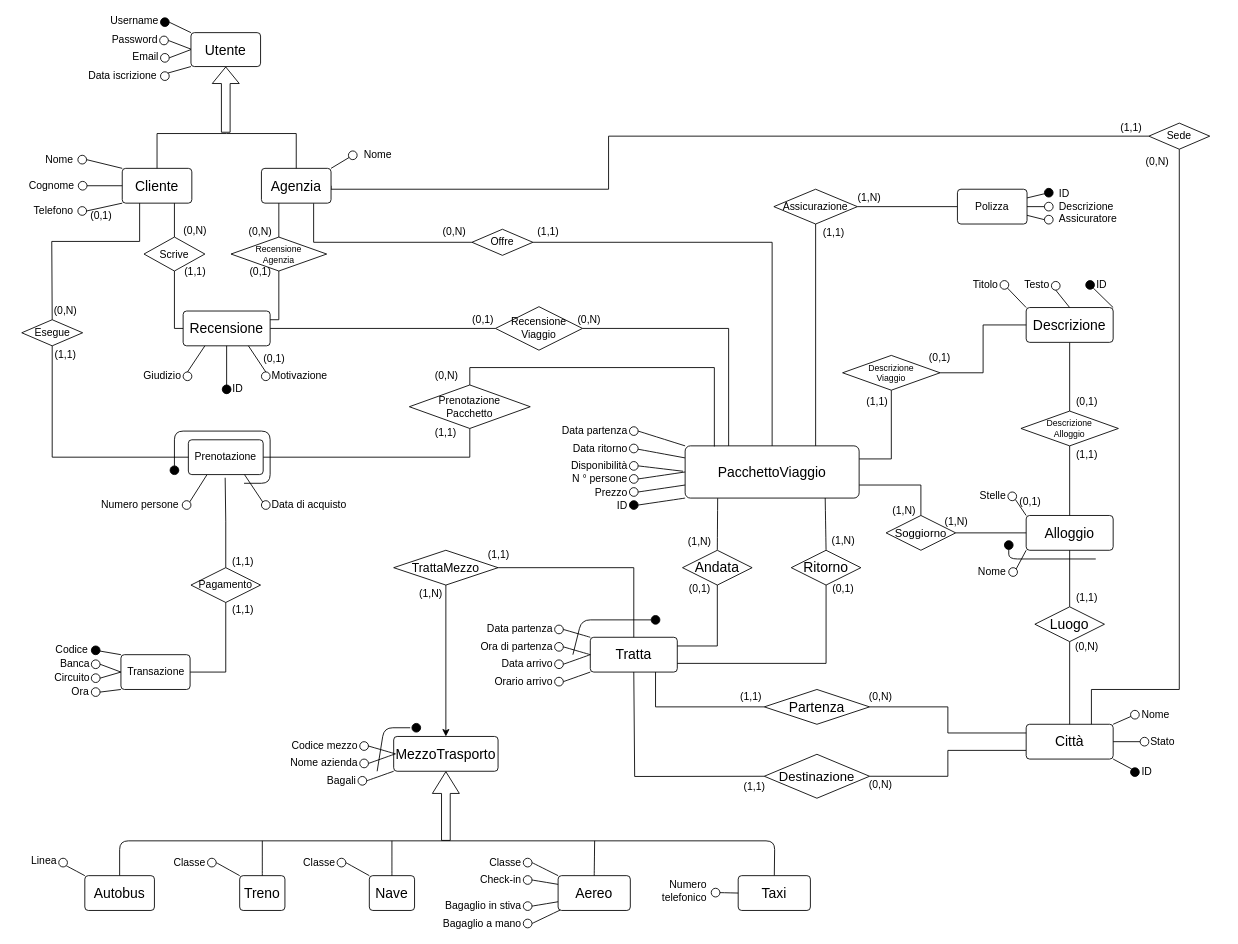
Earlier version of the draw.io diagram ER/ER.drawio (bustre/Easy-travel). Source tidied: cells renumbered, new cells numbered last; positions are measured from the earlier drawing's top-left corner, leaving out a move shared by most shapes. Both pictures are drawn from the tidied source at 87%, with x=0, y=0 at pixel (15, 17).
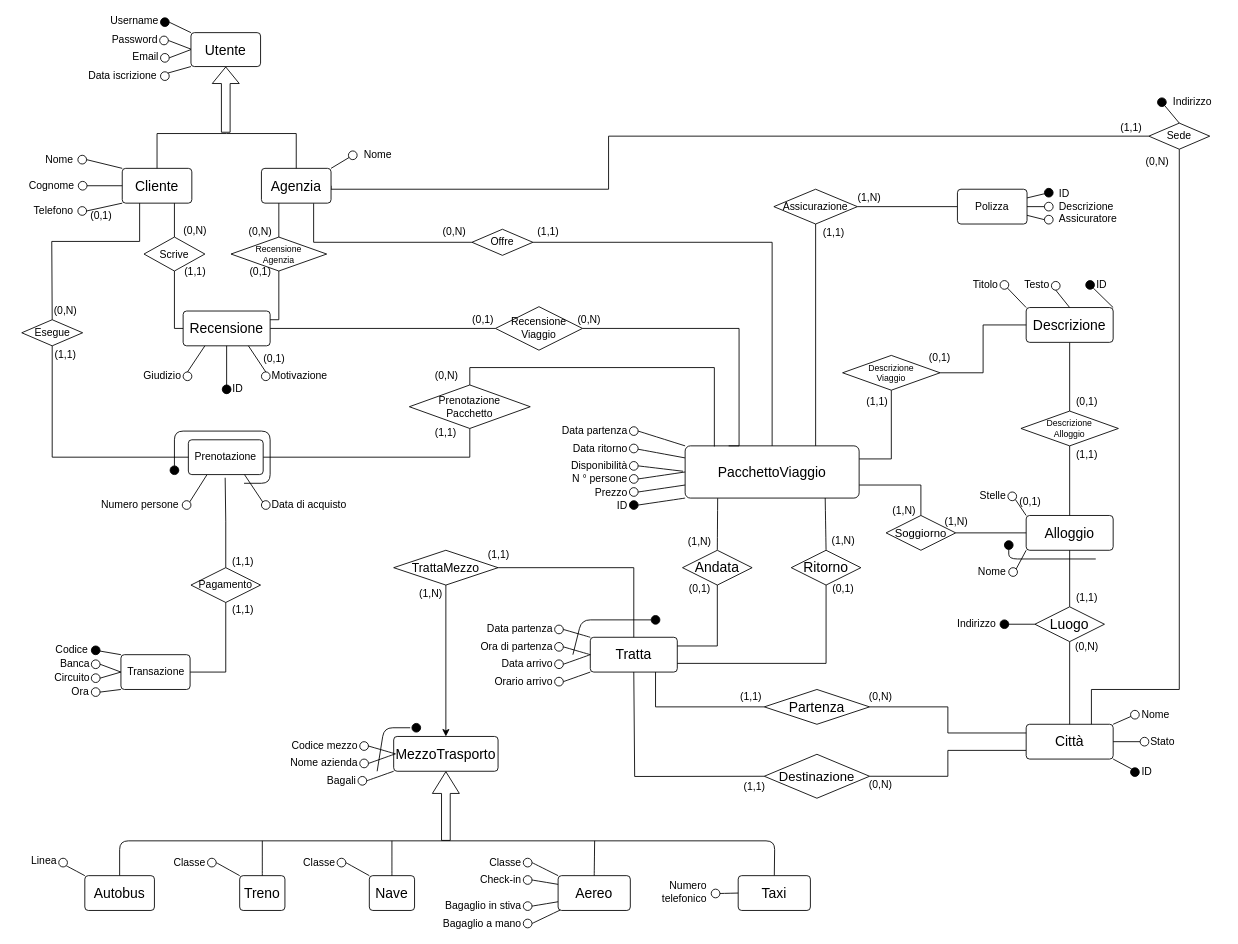
The same diagram, later.

Commit message (it also covers changes not shown here):
Correzione errori & aggiornato l'ER

The change refers to these unchanged cells:
```xml
<mxCell id="5" value="PacchettoViaggio" style="rounded=1;arcSize=10;whiteSpace=wrap;html=1;align=center;fontSize=16;" parent="1" vertex="1">
  <mxGeometry x="770" y="493" width="200" height="60" as="geometry" />
</mxCell>
<mxCell id="129" value="Luogo" style="shape=rhombus;perimeter=rhombusPerimeter;whiteSpace=wrap;html=1;align=center;fontSize=16;" parent="1" vertex="1">
  <mxGeometry x="1172" y="678" width="80" height="40" as="geometry" />
</mxCell>
<mxCell id="190" value="Recensione&lt;br&gt;Viaggio" style="shape=rhombus;perimeter=rhombusPerimeter;whiteSpace=wrap;html=1;align=center;" parent="1" vertex="1">
  <mxGeometry x="552" y="333" width="100" height="50" as="geometry" />
</mxCell>
<mxCell id="213" value="Sede" style="shape=rhombus;perimeter=rhombusPerimeter;whiteSpace=wrap;html=1;align=center;" parent="1" vertex="1">
  <mxGeometry x="1303" y="122" width="70" height="30" as="geometry" />
</mxCell>
```

Change to the diagram source:
```diff
@@
     <mxCell id="96" style="edgeStyle=none;curved=1;rounded=0;orthogonalLoop=1;jettySize=auto;html=1;fontSize=12;startSize=8;endSize=8;" parent="1" edge="1">
       <mxGeometry relative="1" as="geometry">
-        <mxPoint x="779.5" y="982" as="sourcePoint" />
-        <mxPoint x="779.5" y="982" as="targetPoint" />
+        <mxPoint x="779.5" y="983" as="sourcePoint" />
+        <mxPoint x="779.5" y="983" as="targetPoint" />
       </mxGeometry>
     </mxCell>
@@
     <mxCell id="100" style="ellipse;whiteSpace=wrap;html=1;fontSize=16;" parent="1" vertex="1">
-      <mxGeometry x="800" y="1001.5" width="10" height="10" as="geometry" />
+      <mxGeometry x="800" y="1002.5" width="10" height="10" as="geometry" />
     </mxCell>
     <mxCell id="101" value="Numero&lt;br style=&quot;font-size: 12px;&quot;&gt;telefonico" style="text;html=1;strokeColor=none;fillColor=none;align=right;verticalAlign=middle;whiteSpace=wrap;rounded=0;fontSize=12;" parent="1" vertex="1">
-      <mxGeometry x="727" y="982" width="69.5" height="45" as="geometry" />
+      <mxGeometry x="727" y="983" width="69.5" height="45" as="geometry" />
     </mxCell>
@@
     <mxCell id="189" style="edgeStyle=orthogonalEdgeStyle;rounded=0;jettySize=auto;html=1;exitX=1;exitY=0.5;exitDx=0;exitDy=0;entryX=0.25;entryY=0;entryDx=0;entryDy=0;endArrow=none;endFill=0;" parent="1" edge="1" source="190" target="5">
-      <mxGeometry relative="1" as="geometry" />
+      <mxGeometry relative="1" as="geometry">
+        <Array as="points">
+          <mxPoint x="832" y="358" />
+          <mxPoint x="832" y="493" />
+        </Array>
+      </mxGeometry>
     </mxCell>
@@
+    <mxCell id="286" style="endArrow=none;html=1;rounded=0;exitX=0.5;exitY=0;exitDx=0;exitDy=0;" parent="1" edge="1" source="213" target="287">
+      <mxGeometry relative="1" as="geometry" />
+    </mxCell>
+    <mxCell id="287" style="ellipse;whiteSpace=wrap;html=1;fillColor=#000000;" parent="1" vertex="1">
+      <mxGeometry x="1313" y="93" width="10" height="10" as="geometry" />
+    </mxCell>
+    <mxCell id="288" value="Indirizzo" style="text;html=1;strokeColor=none;fillColor=none;align=left;verticalAlign=middle;whiteSpace=wrap;rounded=0;" parent="1" vertex="1">
+      <mxGeometry x="1329" y="90" width="60" height="16" as="geometry" />
+    </mxCell>
+    <mxCell id="289" style="ellipse;whiteSpace=wrap;html=1;fillColor=#000000;" parent="1" vertex="1">
+      <mxGeometry x="1132" y="693" width="10" height="10" as="geometry" />
+    </mxCell>
+    <mxCell id="290" value="Indirizzo" style="text;html=1;strokeColor=none;fillColor=none;align=left;verticalAlign=middle;whiteSpace=wrap;rounded=0;" parent="1" vertex="1">
+      <mxGeometry x="1081" y="690" width="60" height="16" as="geometry" />
+    </mxCell>
+    <mxCell id="291" style="endArrow=none;html=1;rounded=0;exitX=1;exitY=0.5;exitDx=0;exitDy=0;entryX=0;entryY=0.5;entryDx=0;entryDy=0;" parent="1" edge="1" source="290" target="129">
+      <mxGeometry relative="1" as="geometry" />
+    </mxCell>
```
